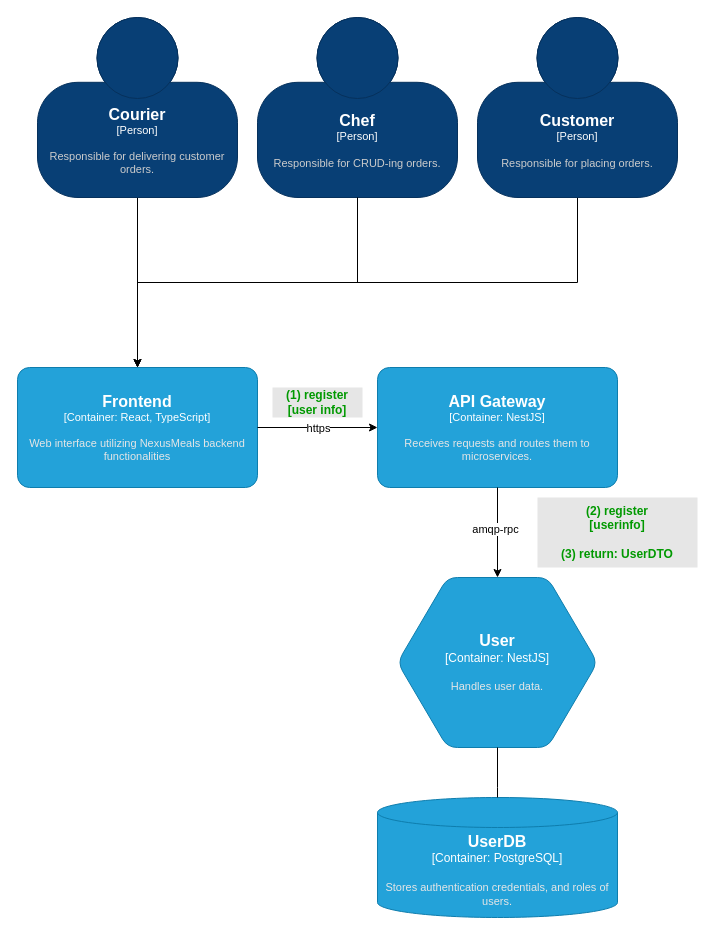
The draw.io diagram page "register" (3 of 11) of system-context-current.drawio in poolziee/NexusMeals-Docs, before the edit. Source tidied: cells renumbered, new cells numbered last; positions are measured from the earlier drawing's top-left corner, leaving out a move shared by most shapes. Both pictures are drawn from the tidied source at 100%, with x=0, y=0 at pixel (17, 17).
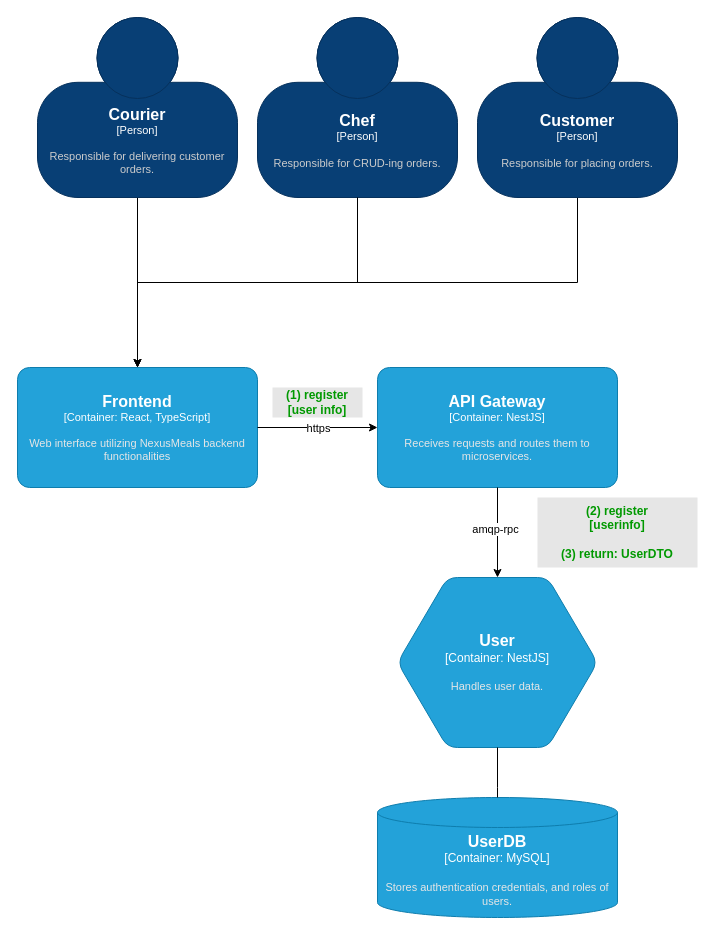
The same diagram, later.

The change refers to these unchanged cells:
```xml
<mxCell id="4" style="group;" parent="1" vertex="1">
  <mxGeometry x="360" y="560" width="240" height="340" as="geometry" />
</mxCell>
```

The edit, as a diff of the source:
```diff
@@
-    <object id="6" label="&lt;font style=&quot;font-size: 16px&quot;&gt;&lt;b&gt;%c4Type%&lt;/b&gt;&lt;/font&gt;&lt;div&gt;[%c4Container%:&amp;nbsp;%c4Technology%]&lt;/div&gt;&lt;br&gt;&lt;div&gt;&lt;font style=&quot;font-size: 11px&quot;&gt;&lt;font color=&quot;#E6E6E6&quot;&gt;%c4Description%&lt;/font&gt;&lt;/div&gt;" c4Container="Container" c4Description="Stores authentication credentials, and roles of users." c4Technology="PostgreSQL" c4Type="UserDB" placeholders="1">
+    <object id="6" label="&lt;font style=&quot;font-size: 16px&quot;&gt;&lt;b&gt;%c4Type%&lt;/b&gt;&lt;/font&gt;&lt;div&gt;[%c4Container%:&amp;nbsp;%c4Technology%]&lt;/div&gt;&lt;br&gt;&lt;div&gt;&lt;font style=&quot;font-size: 11px&quot;&gt;&lt;font color=&quot;#E6E6E6&quot;&gt;%c4Description%&lt;/font&gt;&lt;/div&gt;" c4Container="Container" c4Description="Stores authentication credentials, and roles of users." c4Technology="MySQL" c4Type="UserDB" placeholders="1">
       <mxCell style="shape=cylinder3;size=15;whiteSpace=wrap;html=1;boundedLbl=1;rounded=0;labelBackgroundColor=none;fillColor=#23A2D9;fontSize=12;fontColor=#ffffff;align=center;strokeColor=#0E7DAD;points=[[0.5,0,0],[1,0.25,0],[1,0.5,0],[1,0.75,0],[0.5,1,0],[0,0.75,0],[0,0.5,0],[0,0.25,0]];" parent="4" vertex="1">
         <mxGeometry y="220" width="240" height="120" as="geometry" />
       </mxCell>
     </object>
```
